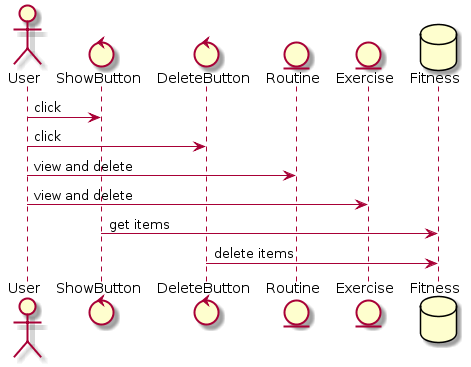
This is doc/ds/sequence_diagram.png from karolinaoparczyk/Python_GTK, a PlantUML export, as it was before one commit.
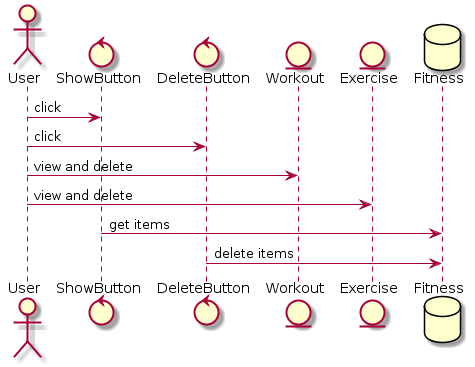
The same diagram one commit later.

Change to the diagram source:
```diff
@@ -2,13 +2,13 @@
 actor User
 control ShowButton
 control DeleteButton
-entity Routine
+entity Workout
 entity Exercise
 database Fitness
 
 User -> ShowButton : click
 User -> DeleteButton : click
-User -> Routine : view and delete
+User -> Workout : view and delete
 User -> Exercise : view and delete
 ShowButton -> Fitness : get items
 DeleteButton -> Fitness : delete items
```
